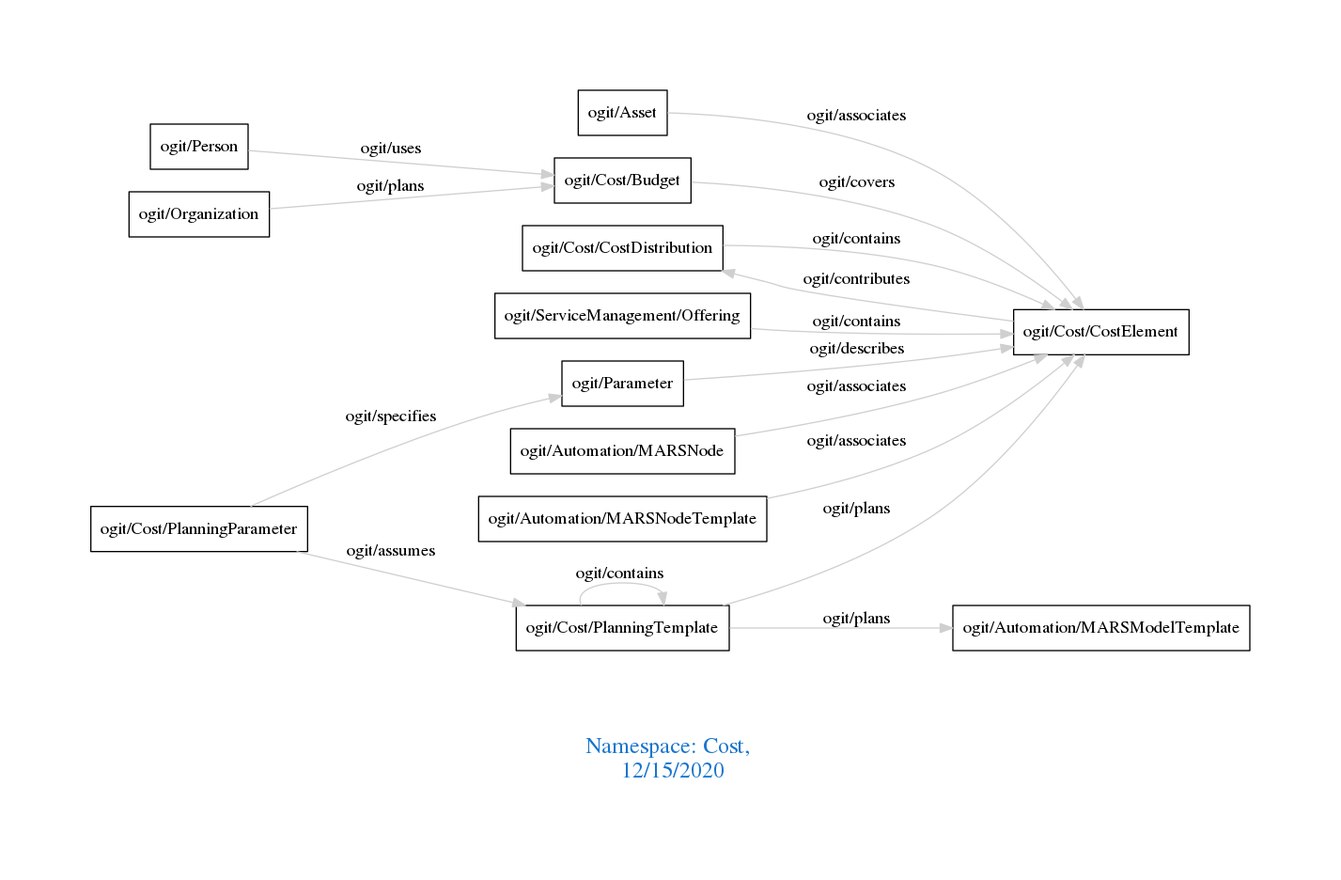
arago/OGIT keeps this Graphviz diagram as downloads/Cost.png. Above is the earlier version. Its source is kept beside it as downloads/Cost.dot.
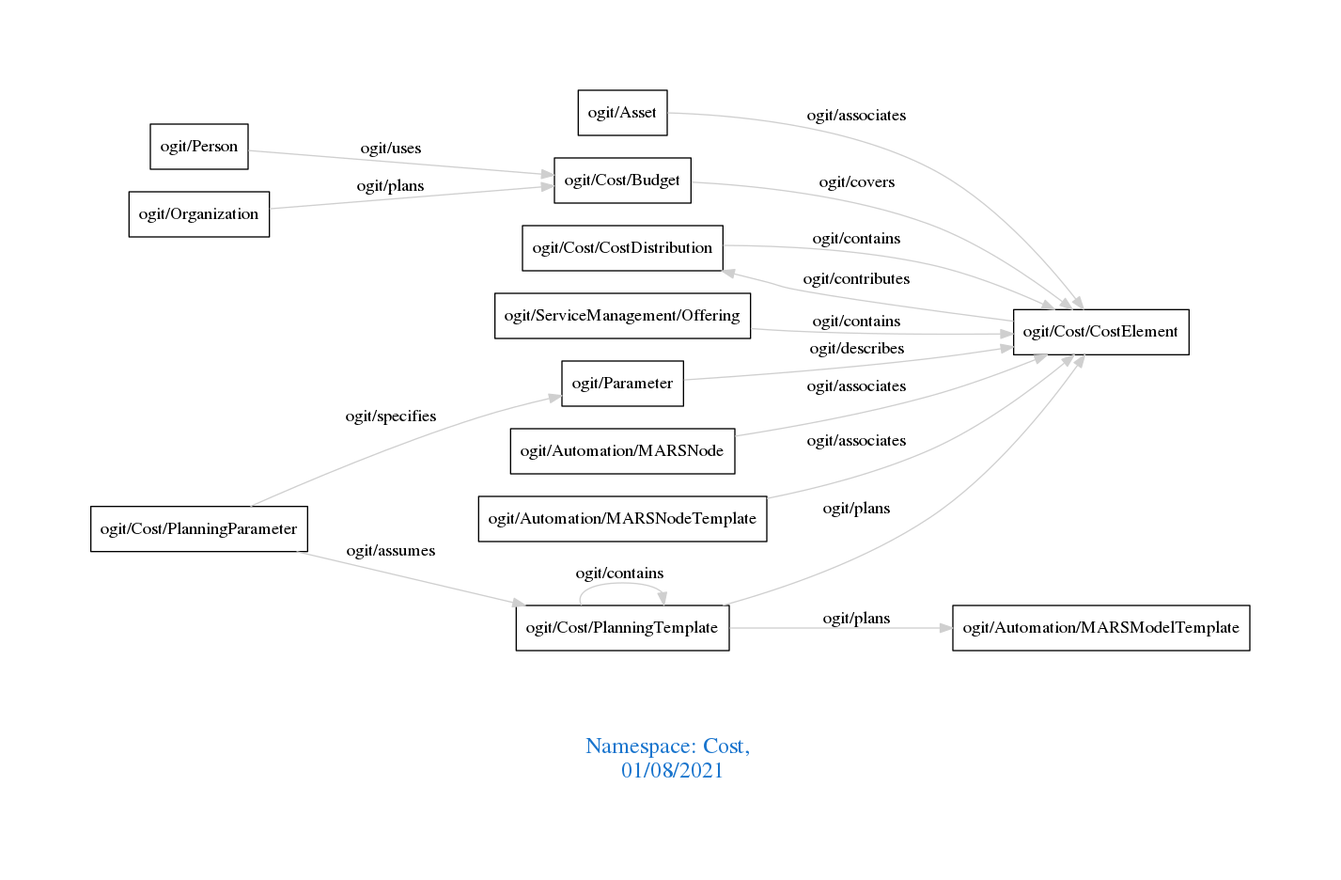
After the commit.

Diff of the diagram source:
```diff
@@ -1,7 +1,7 @@
 digraph OGIT_ontology {
  graph [ rankdir= LR,pad=1
 fontsize = 18,
-fontcolor= dodgerblue3,label = "\n\n\nNamespace: Cost, \n 12/15/2020"];
+fontcolor= dodgerblue3,label = "\n\n\nNamespace: Cost, \n 01/08/2021"];
 node[shape=polygon];
 edge [  color="gray81"];
 
```
